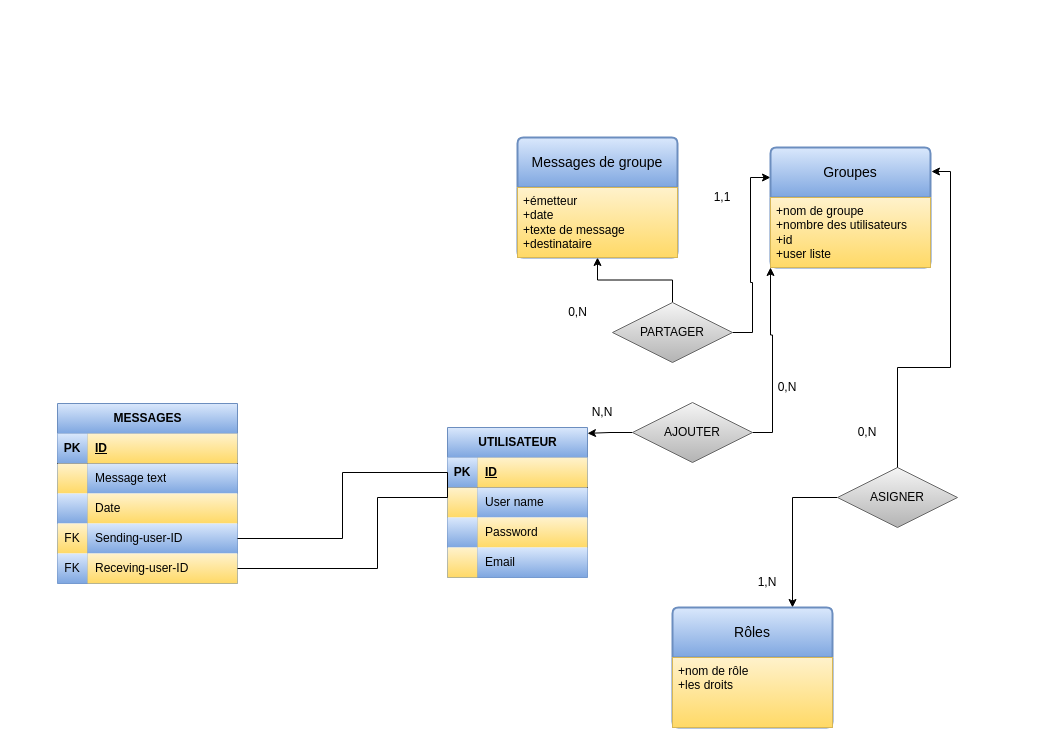
Above: Diagramme 2 sans nom.drawio in vsilvanska/examen-info-2023 (draw.io), before the change. Source tidied: cells renumbered, new cells numbered last; positions are measured from the earlier drawing's top-left corner, leaving out a move shared by most shapes. Both pictures are drawn from the tidied source at 100%, with x=0, y=0 at pixel (57, 137).
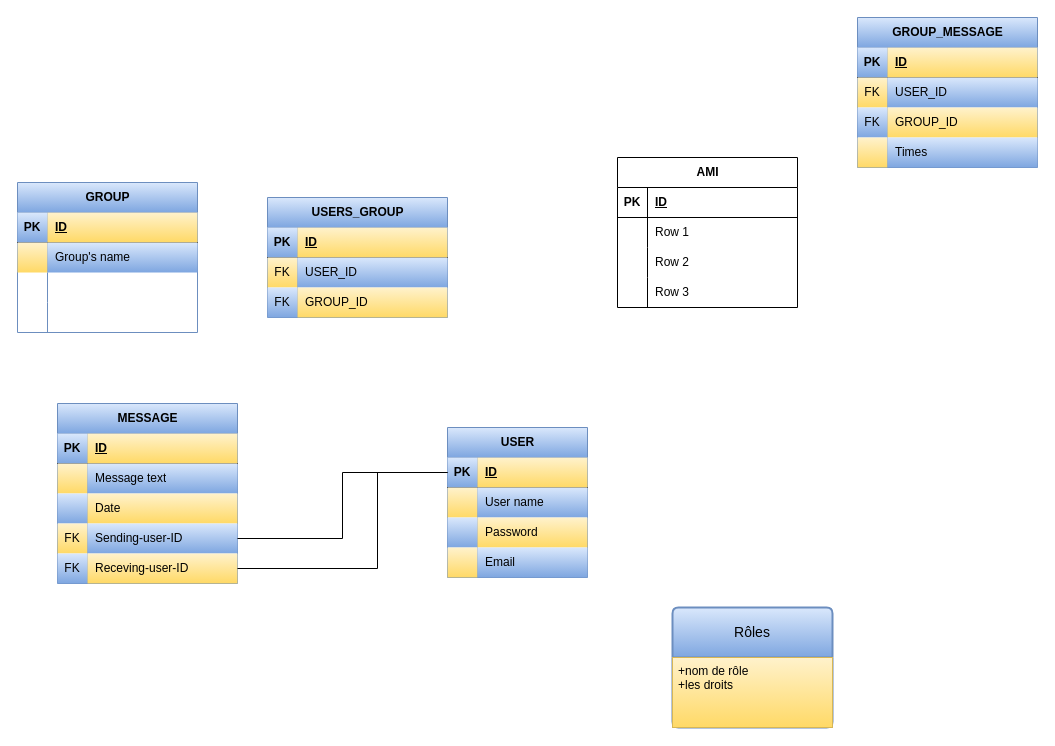
Above is the later version.

Commit message (it also covers changes not shown here):
Mettre à jour Diagramme 2 sans nom.drawio

The change refers to these unchanged cells:
```xml
<mxCell id="3" style="shape=tableRow;horizontal=0;startSize=0;swimlaneHead=0;swimlaneBody=0;fillColor=none;points=[[0,0.5],[1,0.5]];portConstraint=eastwest;top=0;left=0;right=0;bottom=1;" parent="2" vertex="1">
  <mxGeometry y="30" width="140" height="30" as="geometry" />
</mxCell>
<mxCell id="29" value="Rôles" style="swimlane;horizontal=1;startSize=50;rounded=1;fontSize=14;fontStyle=0;strokeWidth=2;shadow=0;dashed=0;align=center;arcSize=4;whiteSpace=wrap;html=1;fillColor=#dae8fc;gradientColor=#7ea6e0;strokeColor=#6c8ebf;" parent="1" vertex="1">
  <mxGeometry x="615" y="470" width="160" height="120" as="geometry" />
</mxCell>
<mxCell id="49" style="shape=tableRow;horizontal=0;startSize=0;swimlaneHead=0;swimlaneBody=0;fillColor=none;points=[[0,0.5],[1,0.5]];portConstraint=eastwest;top=0;left=0;right=0;bottom=0;" parent="36" vertex="1">
  <mxGeometry y="150" width="180" height="30" as="geometry" />
</mxCell>
```

What changed in the source:
```diff
@@
-    <mxCell id="2" value="UTILISATEUR" style="shape=table;startSize=30;childLayout=tableLayout;rowLines=0;fontStyle=1;align=center;html=1;fillColor=#dae8fc;gradientColor=#7ea6e0;strokeColor=#6c8ebf;" parent="1" vertex="1">
+    <mxCell id="2" value="USER" style="shape=table;startSize=30;childLayout=tableLayout;rowLines=0;fontStyle=1;align=center;html=1;fillColor=#dae8fc;gradientColor=#7ea6e0;strokeColor=#6c8ebf;" parent="1" vertex="1">
       <mxGeometry x="390" y="290" width="140" height="150" as="geometry" />
     </mxCell>
@@
-    <mxCell id="15" style="edgeStyle=orthogonalEdgeStyle;rounded=0;jettySize=auto;html=1;entryX=0.75;entryY=0;entryDx=0;entryDy=0;" parent="1" edge="1" source="16" target="29">
-      <mxGeometry relative="1" as="geometry" />
-    </mxCell>
-    <mxCell id="16" value="ASIGNER" style="shape=rhombus;perimeter=rhombusPerimeter;whiteSpace=wrap;html=1;align=center;fillColor=#f5f5f5;strokeColor=#666666;gradientColor=#b3b3b3;" parent="1" vertex="1">
-      <mxGeometry x="780" y="330" width="120" height="60" as="geometry" />
-    </mxCell>
-    <mxCell id="17" style="edgeStyle=orthogonalEdgeStyle;rounded=0;jettySize=auto;html=1;exitX=0;exitY=0.5;exitDx=0;exitDy=0;entryX=1;entryY=0.039;entryDx=0;entryDy=0;entryPerimeter=0;" parent="1" edge="1" source="19" target="2">
-      <mxGeometry relative="1" as="geometry" />
-    </mxCell>
-    <mxCell id="18" style="edgeStyle=orthogonalEdgeStyle;rounded=0;jettySize=auto;html=1;entryX=0;entryY=1;entryDx=0;entryDy=0;" parent="1" edge="1" source="19" target="32">
-      <mxGeometry relative="1" as="geometry" />
-    </mxCell>
-    <mxCell id="19" value="AJOUTER" style="shape=rhombus;perimeter=rhombusPerimeter;whiteSpace=wrap;html=1;align=center;fillColor=#f5f5f5;strokeColor=#666666;gradientColor=#b3b3b3;" parent="1" vertex="1">
-      <mxGeometry x="575" y="265" width="120" height="60" as="geometry" />
-    </mxCell>
-    <mxCell id="20" style="edgeStyle=orthogonalEdgeStyle;rounded=0;jettySize=auto;html=1;entryX=0.5;entryY=1;entryDx=0;entryDy=0;" parent="1" edge="1" source="22" target="34">
-      <mxGeometry relative="1" as="geometry" />
-    </mxCell>
-    <mxCell id="21" style="edgeStyle=orthogonalEdgeStyle;rounded=0;jettySize=auto;html=1;entryX=0;entryY=0.25;entryDx=0;entryDy=0;" parent="1" edge="1" source="22" target="31">
-      <mxGeometry relative="1" as="geometry" />
-    </mxCell>
-    <mxCell id="22" value="PARTAGER" style="shape=rhombus;perimeter=rhombusPerimeter;whiteSpace=wrap;html=1;align=center;fillColor=#f5f5f5;strokeColor=#666666;gradientColor=#b3b3b3;" parent="1" vertex="1">
-      <mxGeometry x="555" y="165" width="120" height="60" as="geometry" />
-    </mxCell>
-    <mxCell id="23" value="0,N" style="text;html=1;align=center;verticalAlign=middle;strokeColor=none;fillColor=none;" parent="1" vertex="1">
-      <mxGeometry x="500" y="160" width="40" height="30" as="geometry" />
-    </mxCell>
-    <mxCell id="24" value="0,N" style="text;html=1;strokeColor=none;fillColor=none;align=center;verticalAlign=middle;whiteSpace=wrap;rounded=0;" parent="1" vertex="1">
-      <mxGeometry x="780" y="280" width="60" height="30" as="geometry" />
-    </mxCell>
-    <mxCell id="25" value="1,N" style="text;html=1;strokeColor=none;fillColor=none;align=center;verticalAlign=middle;whiteSpace=wrap;rounded=0;" parent="1" vertex="1">
-      <mxGeometry x="680" y="430" width="60" height="30" as="geometry" />
-    </mxCell>
-    <mxCell id="26" value="N,N" style="text;html=1;strokeColor=none;fillColor=none;align=center;verticalAlign=middle;whiteSpace=wrap;rounded=0;" parent="1" vertex="1">
-      <mxGeometry x="515" y="260" width="60" height="30" as="geometry" />
-    </mxCell>
-    <mxCell id="27" value="0,N" style="text;html=1;strokeColor=none;fillColor=none;align=center;verticalAlign=middle;whiteSpace=wrap;rounded=0;" parent="1" vertex="1">
-      <mxGeometry x="700" y="235" width="60" height="30" as="geometry" />
-    </mxCell>
-    <mxCell id="28" value="1,1" style="text;html=1;strokeColor=none;fillColor=none;align=center;verticalAlign=middle;whiteSpace=wrap;rounded=0;" parent="1" vertex="1">
-      <mxGeometry x="635" y="45" width="60" height="30" as="geometry" />
-    </mxCell>
@@
-    <mxCell id="31" value="Groupes" style="swimlane;horizontal=1;startSize=50;rounded=1;fontSize=14;fontStyle=0;strokeWidth=2;shadow=0;dashed=0;align=center;arcSize=4;whiteSpace=wrap;html=1;fillColor=#dae8fc;gradientColor=#7ea6e0;strokeColor=#6c8ebf;" parent="1" vertex="1">
-      <mxGeometry x="713" y="10" width="160" height="120" as="geometry" />
-    </mxCell>
-    <mxCell id="32" value="+nom de groupe&lt;br&gt;+nombre des utilisateurs&lt;br&gt;+id&lt;br&gt;+user liste" style="align=left;strokeColor=#d6b656;fillColor=#fff2cc;spacingLeft=4;fontSize=12;verticalAlign=top;html=1;gradientColor=#ffd966;" parent="31" vertex="1">
-      <mxGeometry y="50" width="160" height="70" as="geometry" />
-    </mxCell>
-    <mxCell id="33" value="Messages de groupe" style="swimlane;horizontal=1;startSize=50;rounded=1;fontSize=14;fontStyle=0;strokeWidth=2;shadow=0;dashed=0;align=center;arcSize=4;whiteSpace=wrap;html=1;fillColor=#dae8fc;gradientColor=#7ea6e0;strokeColor=#6c8ebf;" parent="1" vertex="1">
-      <mxGeometry x="460" width="160" height="120" as="geometry" />
-    </mxCell>
-    <mxCell id="34" value="+émetteur&lt;br&gt;+date&lt;br&gt;+texte de message&lt;br&gt;+destinataire" style="align=left;strokeColor=#d6b656;fillColor=#fff2cc;spacingLeft=4;fontSize=12;verticalAlign=top;html=1;gradientColor=#ffd966;" parent="33" vertex="1">
-      <mxGeometry y="50" width="160" height="70" as="geometry" />
-    </mxCell>
-    <mxCell id="35" style="edgeStyle=orthogonalEdgeStyle;rounded=0;jettySize=auto;html=1;entryX=1.006;entryY=0.2;entryDx=0;entryDy=0;entryPerimeter=0;" parent="1" edge="1" source="16" target="31">
-      <mxGeometry relative="1" as="geometry" />
-    </mxCell>
-    <mxCell id="36" value="MESSAGES" style="shape=table;startSize=30;childLayout=tableLayout;rowLines=0;fontStyle=1;align=center;html=1;fillColor=#dae8fc;gradientColor=#7ea6e0;strokeColor=#6c8ebf;" parent="1" vertex="1">
+    <mxCell id="36" value="MESSAGE" style="shape=table;startSize=30;childLayout=tableLayout;rowLines=0;fontStyle=1;align=center;html=1;fillColor=#dae8fc;gradientColor=#7ea6e0;strokeColor=#6c8ebf;" parent="1" vertex="1">
       <mxGeometry y="266" width="180" height="180" as="geometry" />
     </mxCell>
@@
     <mxCell id="53" style="edgeStyle=orthogonalEdgeStyle;rounded=0;jettySize=auto;html=1;exitX=0;exitY=0.5;exitDx=0;exitDy=0;entryX=1;entryY=0.5;entryDx=0;entryDy=0;endArrow=none;endFill=0;" parent="1" edge="1" source="3" target="49">
       <mxGeometry relative="1" as="geometry">
         <Array as="points">
-          <mxPoint x="390" y="360" />
-          <mxPoint x="320" y="360" />
+          <mxPoint x="320" y="335" />
           <mxPoint x="320" y="431" />
         </Array>
       </mxGeometry>
     </mxCell>
+    <mxCell id="54" value="USERS_GROUP" style="shape=table;startSize=30;childLayout=tableLayout;rowLines=0;fontStyle=1;align=center;html=1;fillColor=#dae8fc;gradientColor=#7ea6e0;strokeColor=#6c8ebf;" parent="1" vertex="1">
+      <mxGeometry x="210" y="60" width="180" height="120" as="geometry" />
+    </mxCell>
+    <mxCell id="55" style="shape=tableRow;horizontal=0;startSize=0;swimlaneHead=0;swimlaneBody=0;fillColor=none;top=0;left=0;right=0;bottom=1;" parent="54" vertex="1">
+      <mxGeometry y="30" width="180" height="30" as="geometry" />
+    </mxCell>
+    <mxCell id="56" value="PK" style="shape=partialRectangle;fillColor=#dae8fc;top=0;left=0;bottom=0;right=0;fontStyle=1;overflow=hidden;whiteSpace=wrap;html=1;gradientColor=#7ea6e0;strokeColor=#6c8ebf;" parent="55" vertex="1">
+      <mxGeometry width="30" height="30" as="geometry" />
+    </mxCell>
+    <mxCell id="57" value="ID" style="shape=partialRectangle;fillColor=#fff2cc;top=0;left=0;bottom=0;right=0;align=left;spacingLeft=6;fontStyle=5;overflow=hidden;whiteSpace=wrap;html=1;gradientColor=#ffd966;strokeColor=#d6b656;" parent="55" vertex="1">
+      <mxGeometry x="30" width="150" height="30" as="geometry" />
+    </mxCell>
+    <mxCell id="58" style="shape=tableRow;horizontal=0;startSize=0;swimlaneHead=0;swimlaneBody=0;fillColor=none;top=0;left=0;right=0;bottom=0;" parent="54" vertex="1">
+      <mxGeometry y="60" width="180" height="30" as="geometry" />
+    </mxCell>
+    <mxCell id="59" value="FK" style="shape=partialRectangle;fillColor=#fff2cc;top=0;left=0;bottom=0;right=0;overflow=hidden;whiteSpace=wrap;html=1;gradientColor=#ffd966;strokeColor=#d6b656;" parent="58" vertex="1">
+      <mxGeometry width="30" height="30" as="geometry" />
+    </mxCell>
+    <mxCell id="60" value="USER_ID" style="shape=partialRectangle;fillColor=#dae8fc;top=0;left=0;bottom=0;right=0;align=left;spacingLeft=6;overflow=hidden;whiteSpace=wrap;html=1;gradientColor=#7ea6e0;strokeColor=#6c8ebf;" parent="58" vertex="1">
+      <mxGeometry x="30" width="150" height="30" as="geometry" />
+    </mxCell>
+    <mxCell id="61" style="shape=tableRow;horizontal=0;startSize=0;swimlaneHead=0;swimlaneBody=0;fillColor=none;top=0;left=0;right=0;bottom=0;" parent="54" vertex="1">
+      <mxGeometry y="90" width="180" height="30" as="geometry" />
+    </mxCell>
+    <mxCell id="62" value="FK" style="shape=partialRectangle;fillColor=#dae8fc;top=0;left=0;bottom=0;right=0;overflow=hidden;whiteSpace=wrap;html=1;gradientColor=#7ea6e0;strokeColor=#6c8ebf;" parent="61" vertex="1">
+      <mxGeometry width="30" height="30" as="geometry" />
+    </mxCell>
+    <mxCell id="63" value="GROUP_ID" style="shape=partialRectangle;fillColor=#fff2cc;top=0;left=0;bottom=0;right=0;align=left;spacingLeft=6;overflow=hidden;whiteSpace=wrap;html=1;gradientColor=#ffd966;strokeColor=#d6b656;" parent="61" vertex="1">
+      <mxGeometry x="30" width="150" height="30" as="geometry" />
+    </mxCell>
+    <mxCell id="64" value="GROUP" style="shape=table;startSize=30;childLayout=tableLayout;rowLines=0;fontStyle=1;align=center;html=1;fillColor=#dae8fc;gradientColor=#7ea6e0;strokeColor=#6c8ebf;" parent="1" vertex="1">
+      <mxGeometry x="-40" y="45" width="180" height="150" as="geometry" />
+    </mxCell>
+    <mxCell id="65" style="shape=tableRow;horizontal=0;startSize=0;swimlaneHead=0;swimlaneBody=0;fillColor=none;top=0;left=0;right=0;bottom=1;" parent="64" vertex="1">
+      <mxGeometry y="30" width="180" height="30" as="geometry" />
+    </mxCell>
+    <mxCell id="66" value="PK" style="shape=partialRectangle;fillColor=#dae8fc;top=0;left=0;bottom=0;right=0;fontStyle=1;overflow=hidden;whiteSpace=wrap;html=1;gradientColor=#7ea6e0;strokeColor=#6c8ebf;" parent="65" vertex="1">
+      <mxGeometry width="30" height="30" as="geometry" />
+    </mxCell>
+    <mxCell id="67" value="ID" style="shape=partialRectangle;fillColor=#fff2cc;top=0;left=0;bottom=0;right=0;align=left;spacingLeft=6;fontStyle=5;overflow=hidden;whiteSpace=wrap;html=1;gradientColor=#ffd966;strokeColor=#d6b656;" parent="65" vertex="1">
+      <mxGeometry x="30" width="150" height="30" as="geometry" />
+    </mxCell>
+    <mxCell id="68" style="shape=tableRow;horizontal=0;startSize=0;swimlaneHead=0;swimlaneBody=0;fillColor=none;top=0;left=0;right=0;bottom=0;" parent="64" vertex="1">
+      <mxGeometry y="60" width="180" height="30" as="geometry" />
+    </mxCell>
+    <mxCell id="69" style="shape=partialRectangle;fillColor=#fff2cc;top=0;left=0;bottom=0;right=0;overflow=hidden;whiteSpace=wrap;html=1;gradientColor=#ffd966;strokeColor=#d6b656;" parent="68" vertex="1">
+      <mxGeometry width="30" height="30" as="geometry" />
+    </mxCell>
+    <mxCell id="70" value="Group's name" style="shape=partialRectangle;fillColor=#dae8fc;top=0;left=0;bottom=0;right=0;align=left;spacingLeft=6;overflow=hidden;whiteSpace=wrap;html=1;gradientColor=#7ea6e0;strokeColor=#6c8ebf;" parent="68" vertex="1">
+      <mxGeometry x="30" width="150" height="30" as="geometry" />
+    </mxCell>
+    <mxCell id="71" style="shape=tableRow;horizontal=0;startSize=0;swimlaneHead=0;swimlaneBody=0;fillColor=none;top=0;left=0;right=0;bottom=0;" parent="64" vertex="1">
+      <mxGeometry y="90" width="180" height="30" as="geometry" />
+    </mxCell>
+    <mxCell id="72" style="shape=partialRectangle;fillColor=none;top=0;left=0;bottom=0;right=0;overflow=hidden;whiteSpace=wrap;html=1;" parent="71" vertex="1">
+      <mxGeometry width="30" height="30" as="geometry" />
+    </mxCell>
+    <mxCell id="73" style="shape=partialRectangle;fillColor=none;top=0;left=0;bottom=0;right=0;align=left;spacingLeft=6;overflow=hidden;whiteSpace=wrap;html=1;" parent="71" vertex="1">
+      <mxGeometry x="30" width="150" height="30" as="geometry" />
+    </mxCell>
+    <mxCell id="74" style="shape=tableRow;horizontal=0;startSize=0;swimlaneHead=0;swimlaneBody=0;fillColor=none;top=0;left=0;right=0;bottom=0;" parent="64" vertex="1">
+      <mxGeometry y="120" width="180" height="30" as="geometry" />
+    </mxCell>
+    <mxCell id="75" style="shape=partialRectangle;fillColor=none;top=0;left=0;bottom=0;right=0;overflow=hidden;whiteSpace=wrap;html=1;" parent="74" vertex="1">
+      <mxGeometry width="30" height="30" as="geometry" />
+    </mxCell>
+    <mxCell id="76" style="shape=partialRectangle;fillColor=none;top=0;left=0;bottom=0;right=0;align=left;spacingLeft=6;overflow=hidden;whiteSpace=wrap;html=1;" parent="74" vertex="1">
+      <mxGeometry x="30" width="150" height="30" as="geometry" />
+    </mxCell>
+    <mxCell id="77" value="GROUP_MESSAGE" style="shape=table;startSize=30;childLayout=tableLayout;rowLines=0;fontStyle=1;align=center;html=1;fillColor=#dae8fc;gradientColor=#7ea6e0;strokeColor=#6c8ebf;" parent="1" vertex="1">
+      <mxGeometry x="800" y="-120" width="180" height="150" as="geometry" />
+    </mxCell>
+    <mxCell id="78" style="shape=tableRow;horizontal=0;startSize=0;swimlaneHead=0;swimlaneBody=0;fillColor=none;top=0;left=0;right=0;bottom=1;" parent="77" vertex="1">
+      <mxGeometry y="30" width="180" height="30" as="geometry" />
+    </mxCell>
+    <mxCell id="79" value="PK" style="shape=partialRectangle;fillColor=#dae8fc;top=0;left=0;bottom=0;right=0;fontStyle=1;overflow=hidden;whiteSpace=wrap;html=1;gradientColor=#7ea6e0;strokeColor=#6c8ebf;" parent="78" vertex="1">
+      <mxGeometry width="30" height="30" as="geometry" />
+    </mxCell>
+    <mxCell id="80" value="ID" style="shape=partialRectangle;fillColor=#fff2cc;top=0;left=0;bottom=0;right=0;align=left;spacingLeft=6;fontStyle=5;overflow=hidden;whiteSpace=wrap;html=1;gradientColor=#ffd966;strokeColor=#d6b656;" parent="78" vertex="1">
+      <mxGeometry x="30" width="150" height="30" as="geometry" />
+    </mxCell>
+    <mxCell id="81" style="shape=tableRow;horizontal=0;startSize=0;swimlaneHead=0;swimlaneBody=0;fillColor=none;top=0;left=0;right=0;bottom=0;" parent="77" vertex="1">
+      <mxGeometry y="60" width="180" height="30" as="geometry" />
+    </mxCell>
+    <mxCell id="82" value="FK" style="shape=partialRectangle;fillColor=#fff2cc;top=0;left=0;bottom=0;right=0;overflow=hidden;whiteSpace=wrap;html=1;gradientColor=#ffd966;strokeColor=#d6b656;" parent="81" vertex="1">
+      <mxGeometry width="30" height="30" as="geometry" />
+    </mxCell>
+    <mxCell id="83" value="USER_ID" style="shape=partialRectangle;fillColor=#dae8fc;top=0;left=0;bottom=0;right=0;align=left;spacingLeft=6;overflow=hidden;whiteSpace=wrap;html=1;gradientColor=#7ea6e0;strokeColor=#6c8ebf;" parent="81" vertex="1">
+      <mxGeometry x="30" width="150" height="30" as="geometry" />
+    </mxCell>
+    <mxCell id="84" style="shape=tableRow;horizontal=0;startSize=0;swimlaneHead=0;swimlaneBody=0;fillColor=none;top=0;left=0;right=0;bottom=0;" parent="77" vertex="1">
+      <mxGeometry y="90" width="180" height="30" as="geometry" />
+    </mxCell>
+    <mxCell id="85" value="FK" style="shape=partialRectangle;fillColor=#dae8fc;top=0;left=0;bottom=0;right=0;overflow=hidden;whiteSpace=wrap;html=1;gradientColor=#7ea6e0;strokeColor=#6c8ebf;" parent="84" vertex="1">
+      <mxGeometry width="30" height="30" as="geometry" />
+    </mxCell>
+    <mxCell id="86" value="GROUP_ID" style="shape=partialRectangle;fillColor=#fff2cc;top=0;left=0;bottom=0;right=0;align=left;spacingLeft=6;overflow=hidden;whiteSpace=wrap;html=1;gradientColor=#ffd966;strokeColor=#d6b656;" parent="84" vertex="1">
+      <mxGeometry x="30" width="150" height="30" as="geometry" />
+    </mxCell>
+    <mxCell id="87" style="shape=tableRow;horizontal=0;startSize=0;swimlaneHead=0;swimlaneBody=0;fillColor=none;top=0;left=0;right=0;bottom=0;" parent="77" vertex="1">
+      <mxGeometry y="120" width="180" height="30" as="geometry" />
+    </mxCell>
+    <mxCell id="88" style="shape=partialRectangle;fillColor=#fff2cc;top=0;left=0;bottom=0;right=0;overflow=hidden;whiteSpace=wrap;html=1;gradientColor=#ffd966;strokeColor=#d6b656;" parent="87" vertex="1">
+      <mxGeometry width="30" height="30" as="geometry" />
+    </mxCell>
+    <mxCell id="89" value="Times" style="shape=partialRectangle;fillColor=#dae8fc;top=0;left=0;bottom=0;right=0;align=left;spacingLeft=6;overflow=hidden;whiteSpace=wrap;html=1;gradientColor=#7ea6e0;strokeColor=#6c8ebf;" parent="87" vertex="1">
+      <mxGeometry x="30" width="150" height="30" as="geometry" />
+    </mxCell>
+    <mxCell id="90" value="AMI" style="shape=table;startSize=30;childLayout=tableLayout;rowLines=0;fontStyle=1;align=center;html=1;" parent="1" vertex="1">
+      <mxGeometry x="560" y="20" width="180" height="150" as="geometry" />
+    </mxCell>
+    <mxCell id="91" style="shape=tableRow;horizontal=0;startSize=0;swimlaneHead=0;swimlaneBody=0;fillColor=none;top=0;left=0;right=0;bottom=1;" parent="90" vertex="1">
+      <mxGeometry y="30" width="180" height="30" as="geometry" />
+    </mxCell>
+    <mxCell id="92" value="PK" style="shape=partialRectangle;fillColor=none;top=0;left=0;bottom=0;right=0;fontStyle=1;overflow=hidden;whiteSpace=wrap;html=1;" parent="91" vertex="1">
+      <mxGeometry width="30" height="30" as="geometry" />
+    </mxCell>
+    <mxCell id="93" value="ID" style="shape=partialRectangle;fillColor=none;top=0;left=0;bottom=0;right=0;align=left;spacingLeft=6;fontStyle=5;overflow=hidden;whiteSpace=wrap;html=1;" parent="91" vertex="1">
+      <mxGeometry x="30" width="150" height="30" as="geometry" />
+    </mxCell>
+    <mxCell id="94" style="shape=tableRow;horizontal=0;startSize=0;swimlaneHead=0;swimlaneBody=0;fillColor=none;top=0;left=0;right=0;bottom=0;" parent="90" vertex="1">
+      <mxGeometry y="60" width="180" height="30" as="geometry" />
+    </mxCell>
+    <mxCell id="95" style="shape=partialRectangle;fillColor=none;top=0;left=0;bottom=0;right=0;overflow=hidden;whiteSpace=wrap;html=1;" parent="94" vertex="1">
+      <mxGeometry width="30" height="30" as="geometry" />
+    </mxCell>
+    <mxCell id="96" value="Row 1" style="shape=partialRectangle;fillColor=none;top=0;left=0;bottom=0;right=0;align=left;spacingLeft=6;overflow=hidden;whiteSpace=wrap;html=1;" parent="94" vertex="1">
+      <mxGeometry x="30" width="150" height="30" as="geometry" />
+    </mxCell>
+    <mxCell id="97" style="shape=tableRow;horizontal=0;startSize=0;swimlaneHead=0;swimlaneBody=0;fillColor=none;top=0;left=0;right=0;bottom=0;" parent="90" vertex="1">
+      <mxGeometry y="90" width="180" height="30" as="geometry" />
+    </mxCell>
+    <mxCell id="98" style="shape=partialRectangle;fillColor=none;top=0;left=0;bottom=0;right=0;overflow=hidden;whiteSpace=wrap;html=1;" parent="97" vertex="1">
+      <mxGeometry width="30" height="30" as="geometry" />
+    </mxCell>
+    <mxCell id="99" value="Row 2" style="shape=partialRectangle;fillColor=none;top=0;left=0;bottom=0;right=0;align=left;spacingLeft=6;overflow=hidden;whiteSpace=wrap;html=1;" parent="97" vertex="1">
+      <mxGeometry x="30" width="150" height="30" as="geometry" />
+    </mxCell>
+    <mxCell id="100" style="shape=tableRow;horizontal=0;startSize=0;swimlaneHead=0;swimlaneBody=0;fillColor=none;top=0;left=0;right=0;bottom=0;" parent="90" vertex="1">
+      <mxGeometry y="120" width="180" height="30" as="geometry" />
+    </mxCell>
+    <mxCell id="101" style="shape=partialRectangle;fillColor=none;top=0;left=0;bottom=0;right=0;overflow=hidden;whiteSpace=wrap;html=1;" parent="100" vertex="1">
+      <mxGeometry width="30" height="30" as="geometry" />
+    </mxCell>
+    <mxCell id="102" value="Row 3" style="shape=partialRectangle;fillColor=none;top=0;left=0;bottom=0;right=0;align=left;spacingLeft=6;overflow=hidden;whiteSpace=wrap;html=1;" parent="100" vertex="1">
+      <mxGeometry x="30" width="150" height="30" as="geometry" />
+    </mxCell>
```
